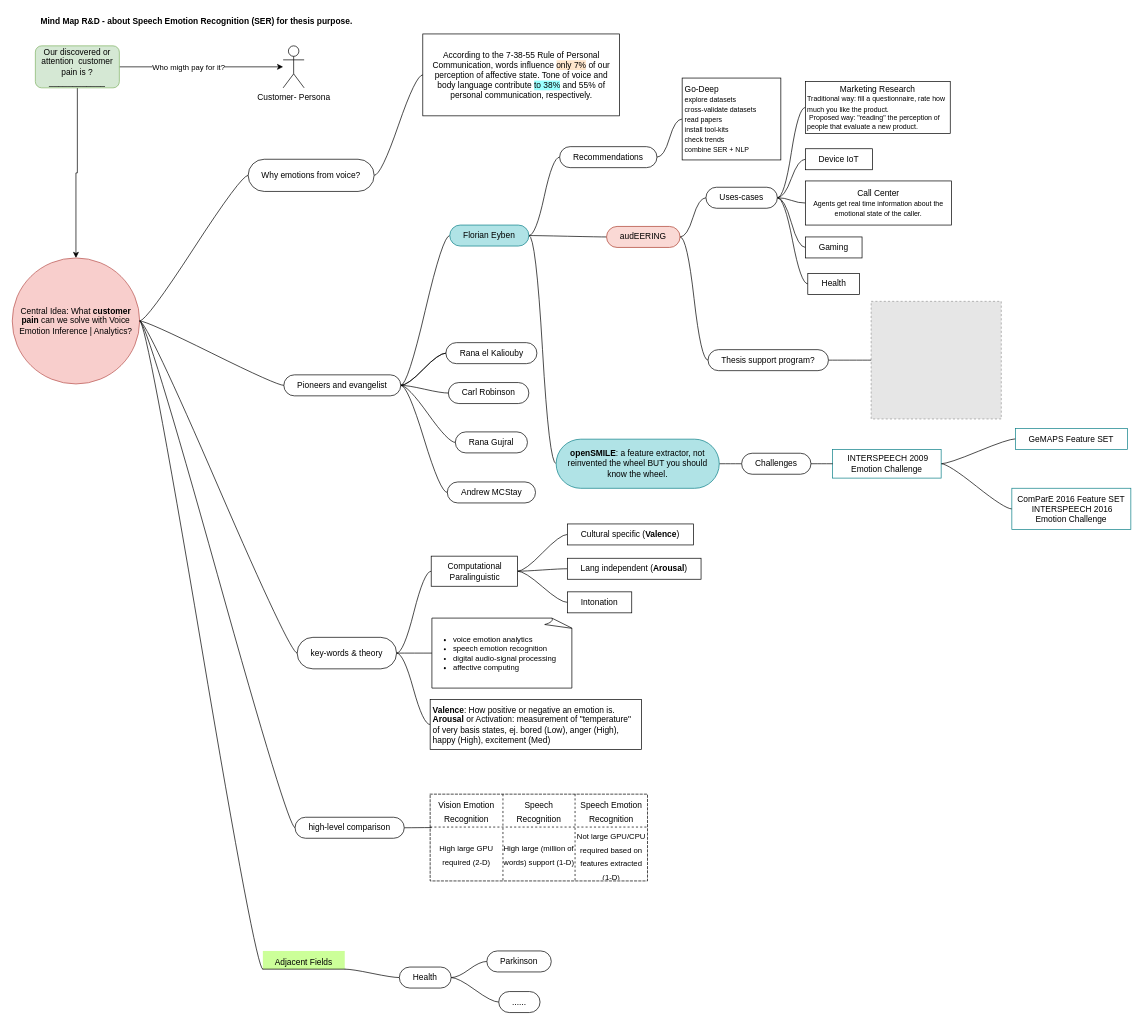
Before: SER-mind-map-ryd.drawio in beltrewilton/ser_research, a draw.io diagram. Source tidied: cells renumbered, new cells numbered last; positions are measured from the earlier drawing's top-left corner, leaving out a move shared by most shapes. Both pictures are drawn from the tidied source at 70%, with x=0, y=0 at pixel (12, 12). Pictures stored in the file or linked from it are replaced by grey dashed boxes.
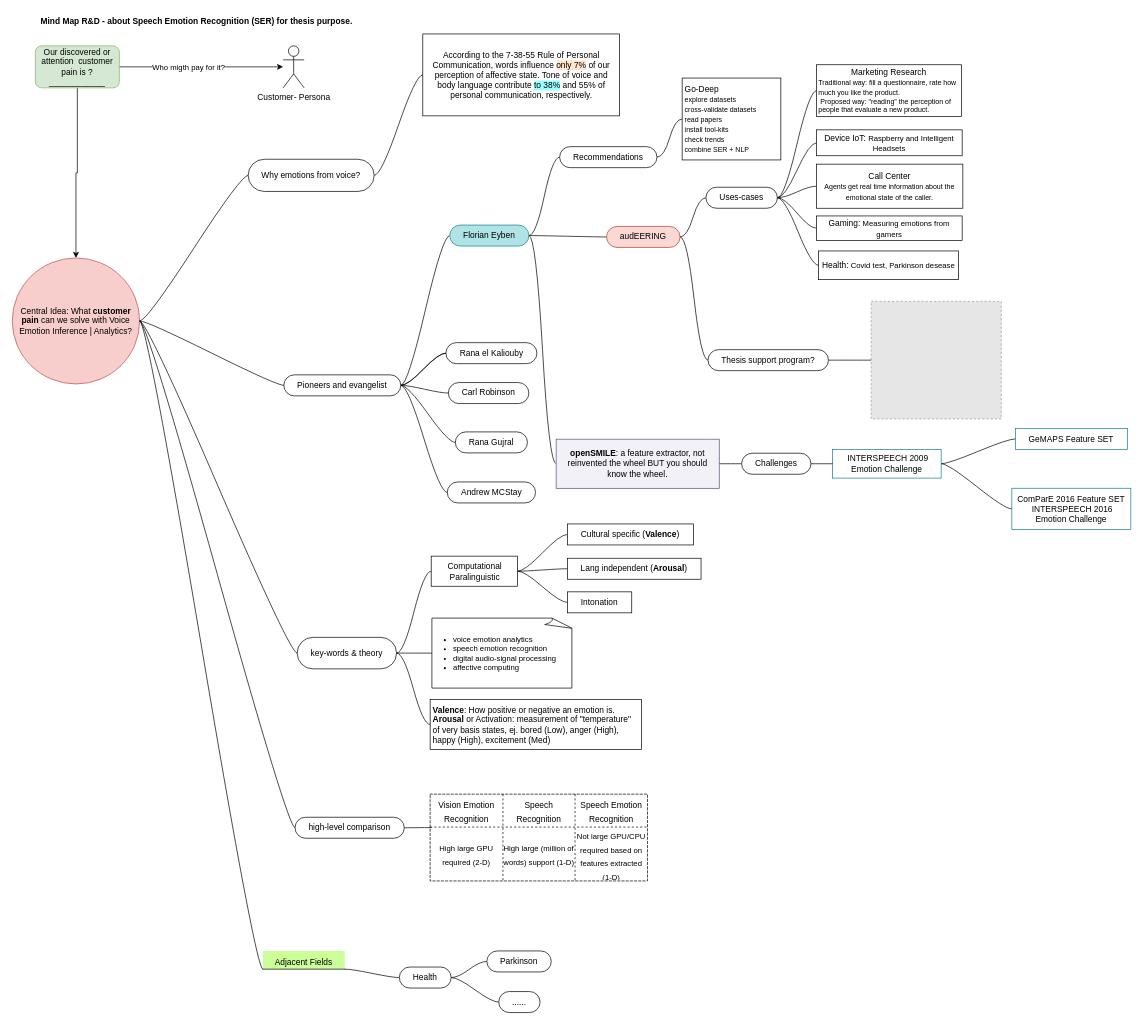
The same page after the edit.

Commit message (it also covers changes not shown here):
paper links

Diff of the diagram source:
```diff
@@
-    <mxCell id="34" value="&lt;b&gt;openSMILE&lt;/b&gt;: a feature extractor, not reinvented the wheel BUT you should know the wheel." style="whiteSpace=wrap;html=1;rounded=1;arcSize=50;align=center;verticalAlign=middle;strokeWidth=1;spacing=4;newEdgeStyle={&quot;edgeStyle&quot;:&quot;entityRelationEdgeStyle&quot;,&quot;startArrow&quot;:&quot;none&quot;,&quot;endArrow&quot;:&quot;none&quot;,&quot;segment&quot;:10,&quot;curved&quot;:1,&quot;sourcePerimeterSpacing&quot;:0,&quot;targetPerimeterSpacing&quot;:0};strokeColor=#0e8088;fillColor=#b0e3e6;" parent="1" vertex="1">
+    <mxCell id="34" value="&lt;b&gt;openSMILE&lt;/b&gt;: a feature extractor, not reinvented the wheel BUT you should know the wheel." style="whiteSpace=wrap;html=1;rounded=0;arcSize=50;align=center;verticalAlign=middle;strokeWidth=1;spacing=4;newEdgeStyle={&quot;edgeStyle&quot;:&quot;entityRelationEdgeStyle&quot;,&quot;startArrow&quot;:&quot;none&quot;,&quot;endArrow&quot;:&quot;none&quot;,&quot;segment&quot;:10,&quot;curved&quot;:1,&quot;sourcePerimeterSpacing&quot;:0,&quot;targetPerimeterSpacing&quot;:0};strokeColor=#56517e;fillColor=#f2f1f8;" parent="1" vertex="1">
       <mxGeometry x="777" y="609.9" width="233" height="70.2" as="geometry" />
     </mxCell>
@@
     <mxCell id="62" value="Marketing Research&lt;br&gt;&lt;div style=&quot;text-align: left;&quot;&gt;&lt;span style=&quot;background-color: initial; font-size: 10px;&quot;&gt;Traditional way: fill a questionnaire, rate how much you like the product.&lt;/span&gt;&lt;/div&gt;&lt;span style=&quot;font-size: 10px; background-color: initial;&quot;&gt;&lt;div style=&quot;text-align: left;&quot;&gt;&lt;span style=&quot;background-color: initial;&quot;&gt;&amp;nbsp;Proposed way: &quot;reading&quot; the perception of people that evaluate a new product.&lt;/span&gt;&lt;/div&gt;&lt;/span&gt;" style="whiteSpace=wrap;html=1;rounded=0;arcSize=50;align=center;verticalAlign=middle;strokeWidth=1;spacing=4;newEdgeStyle={&quot;edgeStyle&quot;:&quot;entityRelationEdgeStyle&quot;,&quot;startArrow&quot;:&quot;none&quot;,&quot;endArrow&quot;:&quot;none&quot;,&quot;segment&quot;:10,&quot;curved&quot;:1,&quot;sourcePerimeterSpacing&quot;:0,&quot;targetPerimeterSpacing&quot;:0};strokeColor=default;fillColor=default;glass=0;shadow=0;" parent="1" vertex="1">
-      <mxGeometry x="1133" y="99" width="207" height="74" as="geometry" />
+      <mxGeometry x="1149" y="75" width="207" height="74" as="geometry" />
     </mxCell>
-    <mxCell id="63" value="Device IoT" style="whiteSpace=wrap;html=1;rounded=0;arcSize=50;align=center;verticalAlign=middle;strokeWidth=1;spacing=4;newEdgeStyle={&quot;edgeStyle&quot;:&quot;entityRelationEdgeStyle&quot;,&quot;startArrow&quot;:&quot;none&quot;,&quot;endArrow&quot;:&quot;none&quot;,&quot;segment&quot;:10,&quot;curved&quot;:1,&quot;sourcePerimeterSpacing&quot;:0,&quot;targetPerimeterSpacing&quot;:0};strokeColor=default;fillColor=default;glass=0;shadow=0;" parent="1" vertex="1">
-      <mxGeometry x="1133" y="195" width="96" height="30" as="geometry" />
+    <mxCell id="63" value="Device IoT: &lt;font style=&quot;font-size: 11px;&quot;&gt;&lt;font style=&quot;font-size: 11px;&quot;&gt;Raspberry and Intelligent He&lt;/font&gt;adsets&lt;/font&gt;" style="whiteSpace=wrap;html=1;rounded=0;arcSize=50;align=center;verticalAlign=middle;strokeWidth=1;spacing=4;newEdgeStyle={&quot;edgeStyle&quot;:&quot;entityRelationEdgeStyle&quot;,&quot;startArrow&quot;:&quot;none&quot;,&quot;endArrow&quot;:&quot;none&quot;,&quot;segment&quot;:10,&quot;curved&quot;:1,&quot;sourcePerimeterSpacing&quot;:0,&quot;targetPerimeterSpacing&quot;:0};strokeColor=default;fillColor=default;glass=0;shadow=0;" parent="1" vertex="1">
+      <mxGeometry x="1149" y="168" width="208" height="37" as="geometry" />
     </mxCell>
     <mxCell id="64" value="Call Center&lt;br&gt;&lt;font style=&quot;font-size: 10px;&quot;&gt;Agents get real time information about the emotional state of the caller.&lt;/font&gt;" style="whiteSpace=wrap;html=1;rounded=0;arcSize=50;align=center;verticalAlign=middle;strokeWidth=1;spacing=4;newEdgeStyle={&quot;edgeStyle&quot;:&quot;entityRelationEdgeStyle&quot;,&quot;startArrow&quot;:&quot;none&quot;,&quot;endArrow&quot;:&quot;none&quot;,&quot;segment&quot;:10,&quot;curved&quot;:1,&quot;sourcePerimeterSpacing&quot;:0,&quot;targetPerimeterSpacing&quot;:0};strokeColor=default;fillColor=default;glass=0;shadow=0;" parent="1" vertex="1">
-      <mxGeometry x="1133" y="241" width="209" height="63" as="geometry" />
+      <mxGeometry x="1149" y="217" width="209" height="63" as="geometry" />
     </mxCell>
-    <mxCell id="65" value="Gaming" style="whiteSpace=wrap;html=1;rounded=0;arcSize=50;align=center;verticalAlign=middle;strokeWidth=1;spacing=4;newEdgeStyle={&quot;edgeStyle&quot;:&quot;entityRelationEdgeStyle&quot;,&quot;startArrow&quot;:&quot;none&quot;,&quot;endArrow&quot;:&quot;none&quot;,&quot;segment&quot;:10,&quot;curved&quot;:1,&quot;sourcePerimeterSpacing&quot;:0,&quot;targetPerimeterSpacing&quot;:0};strokeColor=default;fillColor=default;glass=0;shadow=0;" parent="1" vertex="1">
-      <mxGeometry x="1133" y="321" width="81" height="30" as="geometry" />
+    <mxCell id="65" value="Gaming: &lt;font style=&quot;font-size: 11px;&quot;&gt;Measuring emotions from gamers&lt;/font&gt;" style="whiteSpace=wrap;html=1;rounded=0;arcSize=50;align=center;verticalAlign=middle;strokeWidth=1;spacing=4;newEdgeStyle={&quot;edgeStyle&quot;:&quot;entityRelationEdgeStyle&quot;,&quot;startArrow&quot;:&quot;none&quot;,&quot;endArrow&quot;:&quot;none&quot;,&quot;segment&quot;:10,&quot;curved&quot;:1,&quot;sourcePerimeterSpacing&quot;:0,&quot;targetPerimeterSpacing&quot;:0};strokeColor=default;fillColor=default;glass=0;shadow=0;" parent="1" vertex="1">
+      <mxGeometry x="1149" y="291" width="208" height="35" as="geometry" />
     </mxCell>
-    <mxCell id="66" value="Health" style="whiteSpace=wrap;html=1;rounded=0;arcSize=50;align=center;verticalAlign=middle;strokeWidth=1;spacing=4;newEdgeStyle={&quot;edgeStyle&quot;:&quot;entityRelationEdgeStyle&quot;,&quot;startArrow&quot;:&quot;none&quot;,&quot;endArrow&quot;:&quot;none&quot;,&quot;segment&quot;:10,&quot;curved&quot;:1,&quot;sourcePerimeterSpacing&quot;:0,&quot;targetPerimeterSpacing&quot;:0};strokeColor=default;fillColor=default;glass=0;shadow=0;" parent="1" vertex="1">
-      <mxGeometry x="1136.5" y="373" width="74" height="30" as="geometry" />
+    <mxCell id="66" value="Health:&lt;font style=&quot;font-size: 11px;&quot;&gt; Covid test, Parkinson desease&lt;/font&gt;" style="whiteSpace=wrap;html=1;rounded=0;arcSize=50;align=center;verticalAlign=middle;strokeWidth=1;spacing=4;newEdgeStyle={&quot;edgeStyle&quot;:&quot;entityRelationEdgeStyle&quot;,&quot;startArrow&quot;:&quot;none&quot;,&quot;endArrow&quot;:&quot;none&quot;,&quot;segment&quot;:10,&quot;curved&quot;:1,&quot;sourcePerimeterSpacing&quot;:0,&quot;targetPerimeterSpacing&quot;:0};strokeColor=default;fillColor=default;glass=0;shadow=0;" parent="1" vertex="1">
+      <mxGeometry x="1152" y="341" width="200" height="41" as="geometry" />
     </mxCell>
```
